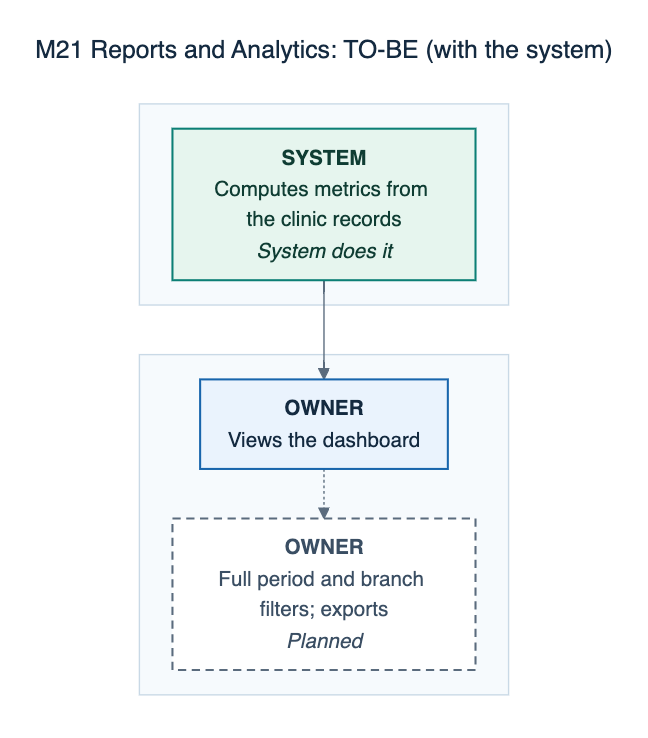
Earlier version of the Mermaid export docs/defense/diagrams/png/M21-reports-analytics-to-be.png (0phem/multibranch-dental-clinic). Its source is kept beside it as docs/defense/diagrams/M21-reports-analytics-to-be.mmd.
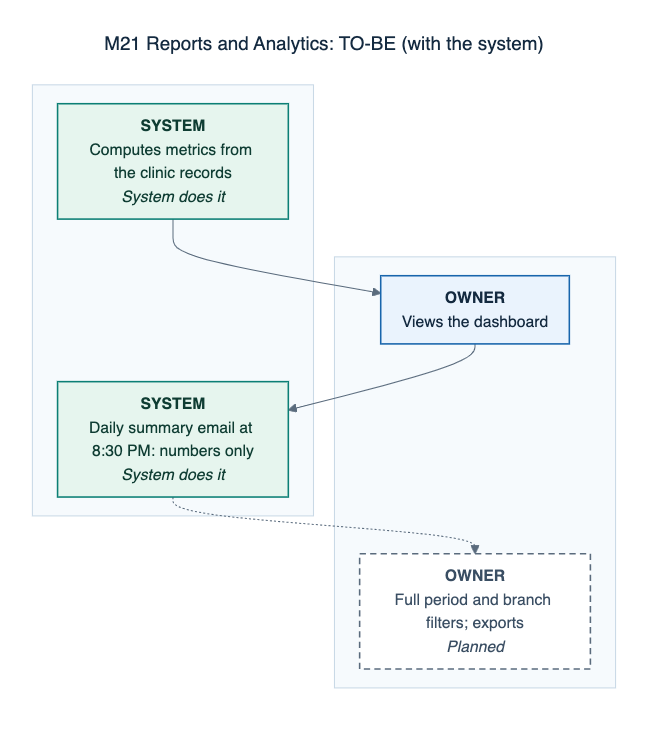
After the commit.

Change to the diagram source:
```diff
@@ -5,14 +5,16 @@
     subgraph L3[" "]
     direction LR
       S1["<b>OWNER</b><br/>Views the dashboard"]:::manual
-      S2["<b>OWNER</b><br/>Full period and branch filters; exports<br/><i>Planned</i>"]:::planned
+      S3["<b>OWNER</b><br/>Full period and branch filters; exports<br/><i>Planned</i>"]:::planned
     end
     subgraph L4[" "]
     direction LR
       S0["<b>SYSTEM</b><br/>Computes metrics from the clinic records<br/><i>System does it</i>"]:::auto
+      S2["<b>SYSTEM</b><br/>Daily summary email at 8:30 PM: numbers only<br/><i>System does it</i>"]:::auto
     end
     S0 --> S1
-    S1 -.-> S2
+    S1 --> S2
+    S2 -.-> S3
     classDef cited fill:#eaf3fd,stroke:#1865ac,color:#142a40,stroke-width:1.5px
     classDef confirm fill:#fffaf0,stroke:#b26a00,color:#5e3c00,stroke-width:1.5px,stroke-dasharray:6 4
     classDef auto fill:#e6f5ee,stroke:#0c7f75,color:#0f3d33,stroke-width:1.5px
```
